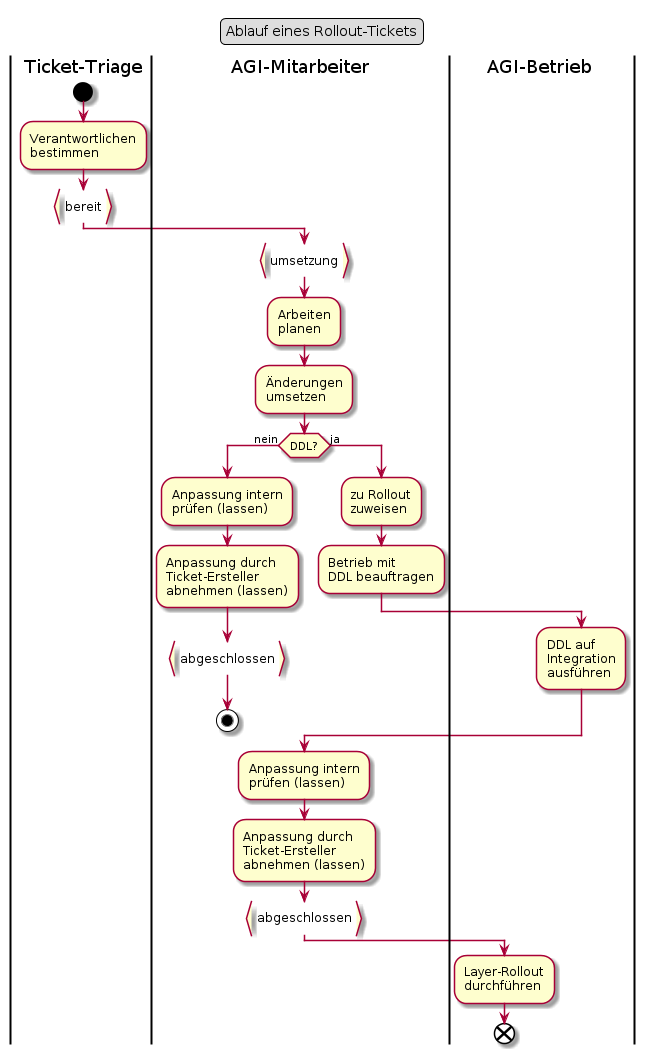
Before: puml_output/flow_rollout.png, a diagram exported from PlantUML (ojeker/docktick).
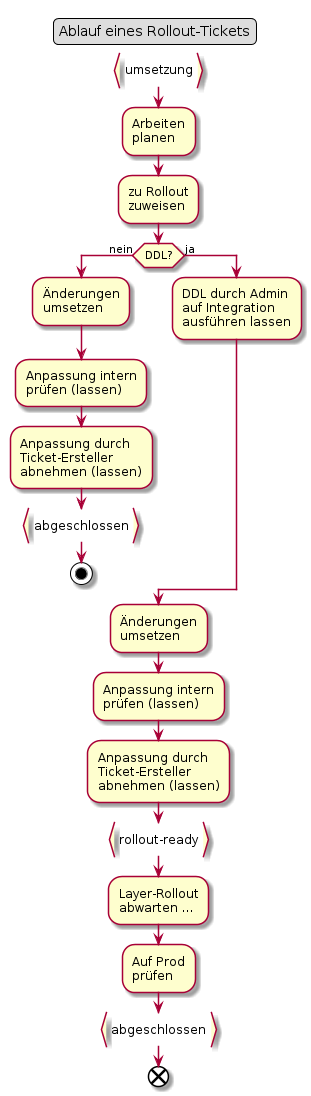
The same file after the commit.

The edit, as a diff of the source:
```diff
@@ -2,11 +2,6 @@
 legend top
 	Ablauf eines Rollout-Tickets
 end legend
-|Ticket-Triage|
-start
-:Verantwortlichen
-bestimmen;
-:bereit}
 |AGI-Mitarbeiter|
 
 :umsetzung}
@@ -14,10 +9,12 @@
 :Arbeiten
 planen;
 
-:Änderungen
-umsetzen;
+:zu Rollout
+zuweisen;
 
 if (DDL?) then (nein)
+  :Änderungen
+  umsetzen;
   :Anpassung intern
   prüfen (lassen);
   :Anpassung durch
@@ -26,31 +23,28 @@
   :abgeschlossen}
   stop
 else (ja)
-  :zu Rollout
-  zuweisen;
-  :Betrieb mit
-  DDL beauftragen;
-
-  |AGI-Betrieb|
-
-  :DDL auf
-  Integration
-  ausführen;
+  :DDL durch Admin
+  auf Integration
+  ausführen lassen;
 
 endif
 
-|AGI-Mitarbeiter|
+:Änderungen
+umsetzen;
 
 :Anpassung intern
 prüfen (lassen);
 :Anpassung durch
 Ticket-Ersteller
 abnehmen (lassen);
+:rollout-ready}
+
+:Layer-Rollout
+abwarten ...;
+
+:Auf Prod
+prüfen;
 :abgeschlossen}
-
-|AGI-Betrieb|
-:Layer-Rollout
-durchführen;
 
 end
 @enduml
```
